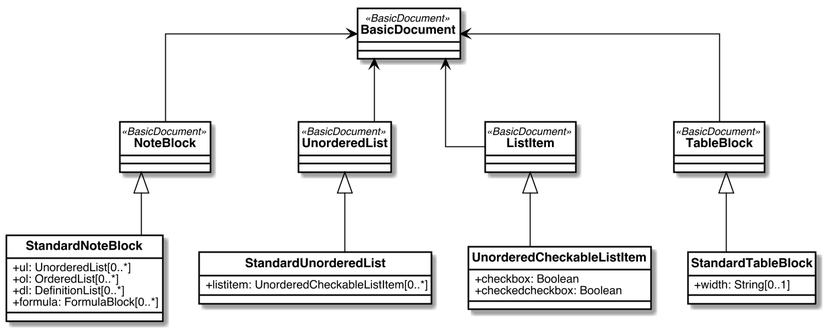
metanorma/standoc-models keeps this PlantUML diagram as standoc/images/StandardDoc_Blocks.png. Above is the earlier version. Source of this version:
```plantuml
@startuml StandardDoc_Blocks


skinparam Dpi 150
skinparam Monochrome false
skinparam LineType ortho
hide circle
skinparam Default {
  TextAlignment center
  FontName Helvetica
}
skinparam Class {
  AttributeIconSize 0
  BackgroundColor White
  ArrowColor Black
  BorderColor Black
  FontStyle bold
  StereotypeFontSize 10
}
skinparam Rectangle {
  BackgroundColor White
  ArrowColor Black
  BorderColor Black
  FontStyle bold
  FontSize 11
  StereotypeFontSize 10
}
skinparam Object {
  BackgroundColor White
  ArrowColor Black
  BorderColor Black
  FontStyle bold
  FontSize 11
  StereotypeFontSize 10
}

skinparam Entity {
  StereotypeFontSize 10
}




class BasicDocument <<BasicDocument>> {

}

class NoteBlock <<BasicDocument>> {
}

class StandardNoteBlock {
    +ul: UnorderedList[0..*]
    +ol: OrderedList[0..*]
    +dl: DefinitionList[0..*]
    +formula: FormulaBlock[0..*]
}

class UnorderedList <<BasicDocument>> {
}

class StandardUnorderedList {
    +listitem: UnorderedCheckableListItem[0..*]
}

class ListItem <<BasicDocument>> {
}

class UnorderedCheckableListItem {
    +checkbox: Boolean
    +checkedcheckbox: Boolean
}

class TableBlock <<BasicDocument>> {
}

class StandardTableBlock {
    +width: String[0..1]
}




BasicDocument <-- NoteBlock
BasicDocument <-- UnorderedList
BasicDocument <-- ListItem
BasicDocument <-- TableBlock
NoteBlock <|-- StandardNoteBlock
UnorderedList <|-- StandardUnorderedList
ListItem <|-- UnorderedCheckableListItem
TableBlock <|-- StandardTableBlock

@enduml
```
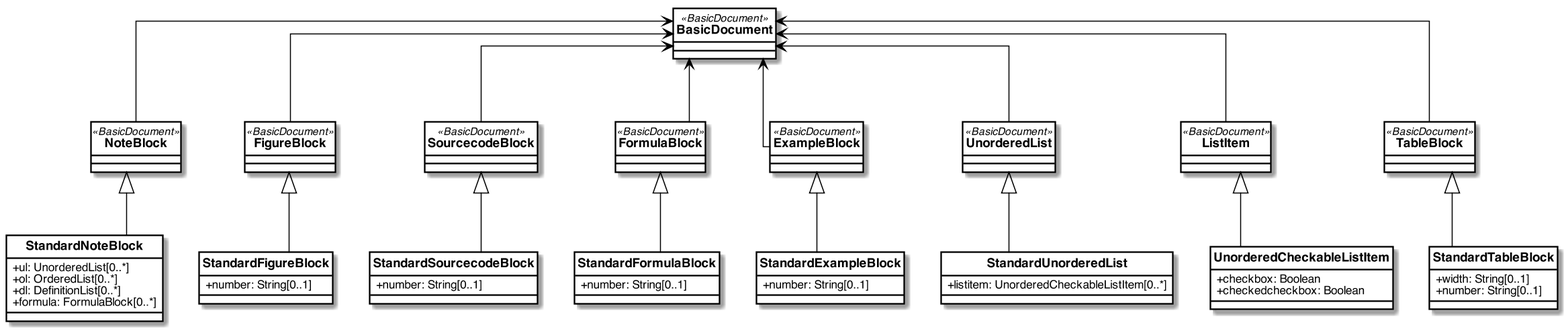
After the change.

Commit message:
number attribute: https://github.com/metanorma/metanorma-standoc/issues/287

Change to the diagram source:
```diff
@@ -48,6 +48,18 @@
 class NoteBlock <<BasicDocument>> {
 }
 
+class FigureBlock <<BasicDocument>> {
+}
+
+class SourcecodeBlock <<BasicDocument>> {
+}
+
+class FormulaBlock <<BasicDocument>> {
+}
+
+class ExampleBlock <<BasicDocument>> {
+}
+
 class StandardNoteBlock {
     +ul: UnorderedList[0..*]
     +ol: OrderedList[0..*]
@@ -75,6 +87,23 @@
 
 class StandardTableBlock {
     +width: String[0..1]
+    +number: String[0..1]
+}
+
+class StandardFigureBlock {
+    +number: String[0..1]
+}
+
+class StandardSourcecodeBlock {
+    +number: String[0..1]
+}
+
+class StandardFormulaBlock {
+    +number: String[0..1]
+}
+
+class StandardExampleBlock {
+    +number: String[0..1]
 }
 
 
@@ -88,5 +117,13 @@
 UnorderedList <|-- StandardUnorderedList
 ListItem <|-- UnorderedCheckableListItem
 TableBlock <|-- StandardTableBlock
+BasicDocument <-- FigureBlock
+FigureBlock <|-- StandardFigureBlock
+BasicDocument <-- SourcecodeBlock
+SourcecodeBlock <|-- StandardSourcecodeBlock
+BasicDocument <-- FormulaBlock
+FormulaBlock <|-- StandardFormulaBlock
+BasicDocument <-- ExampleBlock
+ExampleBlock <|-- StandardExampleBlock
 
 @enduml
```
